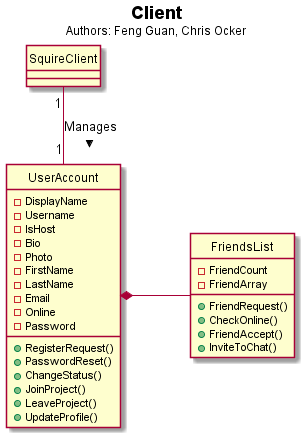
Earlier version of the PlantUML export hw3/UserAccount/UserAccount2.png (voxelv/sQuire_kw). Its source is kept beside it as hw3/UserAccount/UserAccount2.puml. The source it was exported from:
```plantuml
@startuml
hide circles

Title <b>Client</b>\n<size:12>Authors: Feng Guan, Chris Ocker</size>


class "UserAccount" as ua {
-DisplayName
-Username
-IsHost
-Bio
-Photo
-FirstName
-LastName
-Email
-Online
-Password
+RegisterRequest()
+PasswordReset()
+ChangeStatus()
+JoinProject()
+LeaveProject()
+UpdateProfile()
}

class "SquireClient" as sc


class "FriendsList" as fl {
-FriendCount
-FriendArray
+FriendRequest()
+CheckOnline()
+FriendAccept()
+InviteToChat()
}


sc "1"  -- "1" ua : Manages >
fl  -r-* ua
@enduml
```
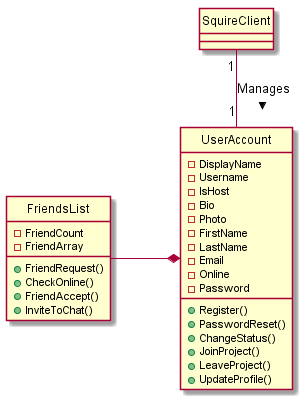
After the commit.

Diff of the diagram source:
```diff
@@ -1,7 +1,5 @@
 @startuml
 hide circles
-
-Title <b>Client</b>\n<size:12>Authors: Feng Guan, Chris Ocker</size>
 
 
 class "UserAccount" as ua {
@@ -15,7 +13,7 @@
 -Email
 -Online
 -Password
-+RegisterRequest()
++Register()
 +PasswordReset()
 +ChangeStatus()
 +JoinProject()
@@ -37,5 +35,5 @@
 
 
 sc "1"  -- "1" ua : Manages >
-fl  -r-* ua
+fl  -l-* ua
 @enduml
```
